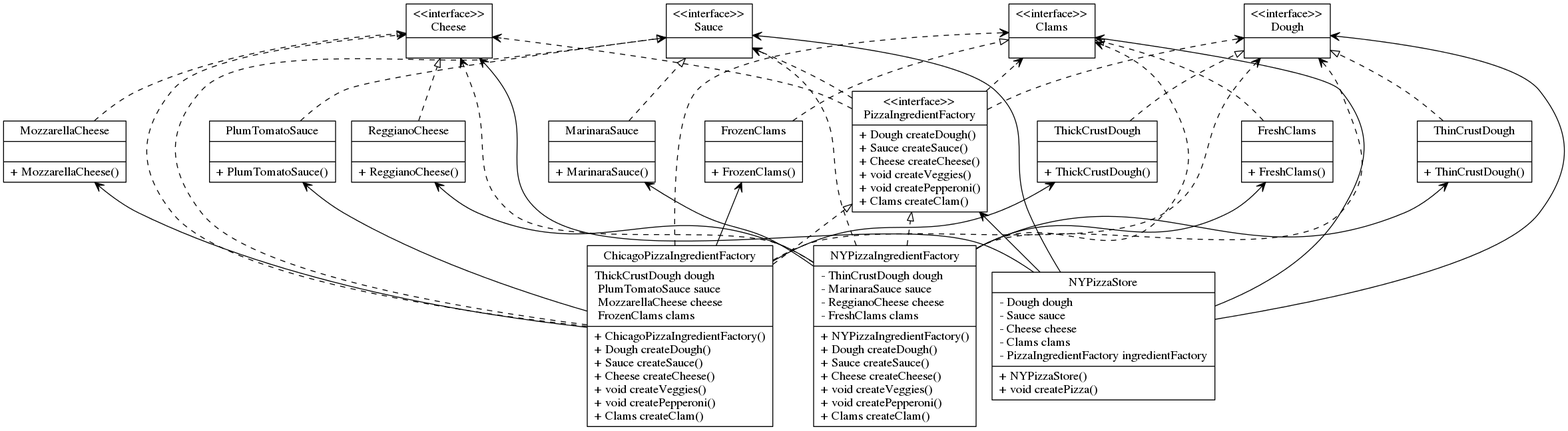
sullivan-p/DesignParser keeps this Graphviz diagram as docs/AbstractPizzaFactoryGeneratedUML.png. Above is the earlier version. Its source is kept beside it as docs/AbstractPizzaFactoryGeneratedUML.dot. The source it was exported from:
```dot
digraph AbstractPizzaFactory{
rankdir=BT;
ChicagoPizzaIngredientFactory [
shape = "record",
label = "{ChicagoPizzaIngredientFactory| ThickCrustDough dough\l PlumTomatoSauce sauce\l MozzarellaCheese cheese\l FrozenClams clams\l|+ ChicagoPizzaIngredientFactory()\l+ Dough createDough()\l+ Sauce createSauce()\l+ Cheese createCheese()\l+ void createVeggies()\l+ void createPepperoni()\l+ Clams createClam()\l}"
];
FreshClams [
shape = "record",
label = "{FreshClams||+ FreshClams()\l}"
];
FrozenClams [
shape = "record",
label = "{FrozenClams||+ FrozenClams()\l}"
];
MarinaraSauce [
shape = "record",
label = "{MarinaraSauce||+ MarinaraSauce()\l}"
];
MozzarellaCheese [
shape = "record",
label = "{MozzarellaCheese||+ MozzarellaCheese()\l}"
];
NYPizzaIngredientFactory [
shape = "record",
label = "{NYPizzaIngredientFactory|- ThinCrustDough dough\l- MarinaraSauce sauce\l- ReggianoCheese cheese\l- FreshClams clams\l|+ NYPizzaIngredientFactory()\l+ Dough createDough()\l+ Sauce createSauce()\l+ Cheese createCheese()\l+ void createVeggies()\l+ void createPepperoni()\l+ Clams createClam()\l}"
];
NYPizzaStore [
shape = "record",
label = "{NYPizzaStore|- Dough dough\l- Sauce sauce\l- Cheese cheese\l- Clams clams\l- PizzaIngredientFactory ingredientFactory\l|+ NYPizzaStore()\l+ void createPizza()\l}"
];
PlumTomatoSauce [
shape = "record",
label = "{PlumTomatoSauce||+ PlumTomatoSauce()\l}"
];
ReggianoCheese [
shape = "record",
label = "{ReggianoCheese||+ ReggianoCheese()\l}"
];
ThickCrustDough [
shape = "record",
label = "{ThickCrustDough||+ ThickCrustDough()\l}"
];
ThinCrustDough [
shape = "record",
label = "{ThinCrustDough||+ ThinCrustDough()\l}"
];
Cheese [
shape = "record",
label = "{\<\<interface\>\>\nCheese|}"
];
PizzaIngredientFactory [
shape = "record",
label = "{\<\<interface\>\>\nPizzaIngredientFactory|+ Dough createDough()\l+ Sauce createSauce()\l+ Cheese createCheese()\l+ void createVeggies()\l+ void createPepperoni()\l+ Clams createClam()\l}"
];
Clams [
shape = "record",
label = "{\<\<interface\>\>\nClams|}"
];
Dough [
shape = "record",
label = "{\<\<interface\>\>\nDough|}"
];
Sauce [
shape = "record",
label = "{\<\<interface\>\>\nSauce|}"
];
ChicagoPizzaIngredientFactory -> PizzaIngredientFactory [arrowhead="onormal", style="dashed"];
FreshClams -> Clams [arrowhead="onormal", style="dashed"];
FrozenClams -> Clams [arrowhead="onormal", style="dashed"];
MarinaraSauce -> Sauce [arrowhead="onormal", style="dashed"];
MozzarellaCheese -> Cheese [arrowhead="onormal", style="dashed"];
NYPizzaIngredientFactory -> PizzaIngredientFactory [arrowhead="onormal", style="dashed"];
PlumTomatoSauce -> Sauce [arrowhead="onormal", style="dashed"];
ReggianoCheese -> Cheese [arrowhead="onormal", style="dashed"];
ThickCrustDough -> Dough [arrowhead="onormal", style="dashed"];
ThinCrustDough -> Dough [arrowhead="onormal", style="dashed"];
ChicagoPizzaIngredientFactory -> PlumTomatoSauce [arrowhead="vee", style="solid"];
ChicagoPizzaIngredientFactory -> MozzarellaCheese [arrowhead="vee", style="solid"];
ChicagoPizzaIngredientFactory -> FrozenClams [arrowhead="vee", style="solid"];
ChicagoPizzaIngredientFactory -> ThickCrustDough [arrowhead="vee", style="solid"];
ChicagoPizzaIngredientFactory -> Sauce [arrowhead="vee", style="dashed"];
ChicagoPizzaIngredientFactory -> Dough [arrowhead="vee", style="dashed"];
ChicagoPizzaIngredientFactory -> Cheese [arrowhead="vee", style="dashed"];
ChicagoPizzaIngredientFactory -> Clams [arrowhead="vee", style="dashed"];
NYPizzaIngredientFactory -> ThinCrustDough [arrowhead="vee", style="solid"];
NYPizzaIngredientFactory -> MarinaraSauce [arrowhead="vee", style="solid"];
NYPizzaIngredientFactory -> ReggianoCheese [arrowhead="vee", style="solid"];
NYPizzaIngredientFactory -> FreshClams [arrowhead="vee", style="solid"];
NYPizzaIngredientFactory -> Sauce [arrowhead="vee", style="dashed"];
NYPizzaIngredientFactory -> Dough [arrowhead="vee", style="dashed"];
NYPizzaIngredientFactory -> Cheese [arrowhead="vee", style="dashed"];
NYPizzaIngredientFactory -> Clams [arrowhead="vee", style="dashed"];
NYPizzaStore -> Sauce [arrowhead="vee", style="solid"];
NYPizzaStore -> Dough [arrowhead="vee", style="solid"];
NYPizzaStore -> Cheese [arrowhead="vee", style="solid"];
NYPizzaStore -> PizzaIngredientFactory [arrowhead="vee", style="solid"];
NYPizzaStore -> Clams [arrowhead="vee", style="solid"];
PizzaIngredientFactory -> Sauce [arrowhead="vee", style="dashed"];
PizzaIngredientFactory -> Dough [arrowhead="vee", style="dashed"];
PizzaIngredientFactory -> Cheese [arrowhead="vee", style="dashed"];
PizzaIngredientFactory -> Clams [arrowhead="vee", style="dashed"];
}
```
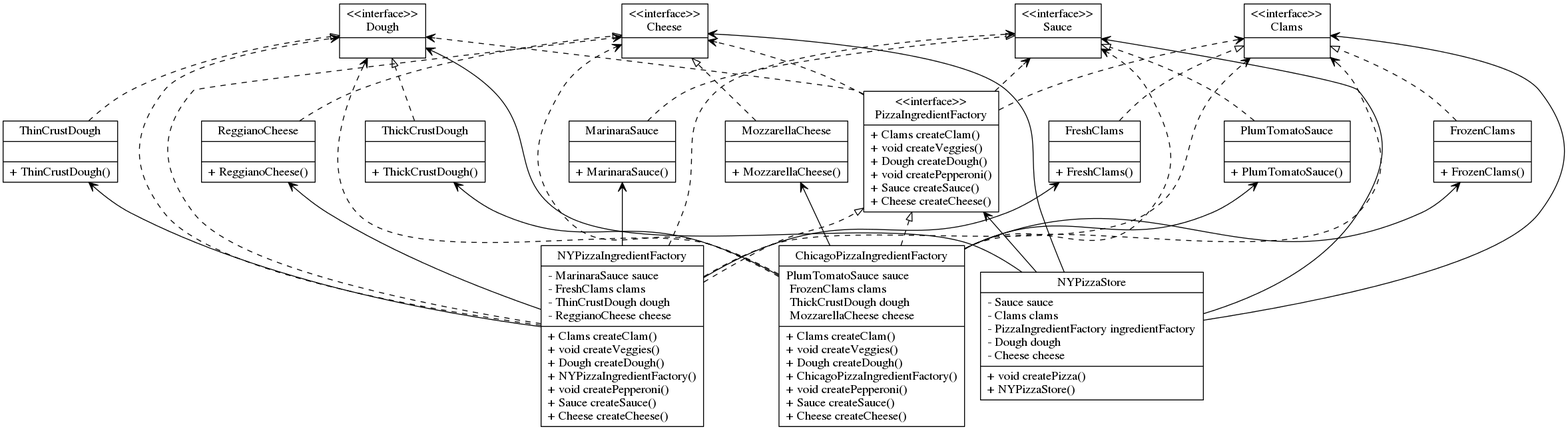
The same file after the commit.

What changed in the source:
```diff
@@ -1,48 +1,8 @@
 digraph AbstractPizzaFactory{
 rankdir=BT;
-ChicagoPizzaIngredientFactory [
-shape = "record",
-label = "{ChicagoPizzaIngredientFactory| ThickCrustDough dough\l PlumTomatoSauce sauce\l MozzarellaCheese cheese\l FrozenClams clams\l|+ ChicagoPizzaIngredientFactory()\l+ Dough createDough()\l+ Sauce createSauce()\l+ Cheese createCheese()\l+ void createVeggies()\l+ void createPepperoni()\l+ Clams createClam()\l}"
-];
-FreshClams [
-shape = "record",
-label = "{FreshClams||+ FreshClams()\l}"
-];
-FrozenClams [
-shape = "record",
-label = "{FrozenClams||+ FrozenClams()\l}"
-];
 MarinaraSauce [
 shape = "record",
 label = "{MarinaraSauce||+ MarinaraSauce()\l}"
-];
-MozzarellaCheese [
-shape = "record",
-label = "{MozzarellaCheese||+ MozzarellaCheese()\l}"
-];
-NYPizzaIngredientFactory [
-shape = "record",
-label = "{NYPizzaIngredientFactory|- ThinCrustDough dough\l- MarinaraSauce sauce\l- ReggianoCheese cheese\l- FreshClams clams\l|+ NYPizzaIngredientFactory()\l+ Dough createDough()\l+ Sauce createSauce()\l+ Cheese createCheese()\l+ void createVeggies()\l+ void createPepperoni()\l+ Clams createClam()\l}"
-];
-NYPizzaStore [
-shape = "record",
-label = "{NYPizzaStore|- Dough dough\l- Sauce sauce\l- Cheese cheese\l- Clams clams\l- PizzaIngredientFactory ingredientFactory\l|+ NYPizzaStore()\l+ void createPizza()\l}"
-];
-PlumTomatoSauce [
-shape = "record",
-label = "{PlumTomatoSauce||+ PlumTomatoSauce()\l}"
-];
-ReggianoCheese [
-shape = "record",
-label = "{ReggianoCheese||+ ReggianoCheese()\l}"
-];
-ThickCrustDough [
-shape = "record",
-label = "{ThickCrustDough||+ ThickCrustDough()\l}"
-];
-ThinCrustDough [
-shape = "record",
-label = "{ThinCrustDough||+ ThinCrustDough()\l}"
 ];
 Cheese [
 shape = "record",
@@ -50,53 +10,93 @@
 ];
 PizzaIngredientFactory [
 shape = "record",
-label = "{\<\<interface\>\>\nPizzaIngredientFactory|+ Dough createDough()\l+ Sauce createSauce()\l+ Cheese createCheese()\l+ void createVeggies()\l+ void createPepperoni()\l+ Clams createClam()\l}"
+label = "{\<\<interface\>\>\nPizzaIngredientFactory|+ Clams createClam()\l+ void createVeggies()\l+ Dough createDough()\l+ void createPepperoni()\l+ Sauce createSauce()\l+ Cheese createCheese()\l}"
+];
+ThickCrustDough [
+shape = "record",
+label = "{ThickCrustDough||+ ThickCrustDough()\l}"
+];
+NYPizzaIngredientFactory [
+shape = "record",
+label = "{NYPizzaIngredientFactory|- MarinaraSauce sauce\l- FreshClams clams\l- ThinCrustDough dough\l- ReggianoCheese cheese\l|+ Clams createClam()\l+ void createVeggies()\l+ Dough createDough()\l+ NYPizzaIngredientFactory()\l+ void createPepperoni()\l+ Sauce createSauce()\l+ Cheese createCheese()\l}"
+];
+PlumTomatoSauce [
+shape = "record",
+label = "{PlumTomatoSauce||+ PlumTomatoSauce()\l}"
+];
+ThinCrustDough [
+shape = "record",
+label = "{ThinCrustDough||+ ThinCrustDough()\l}"
+];
+ChicagoPizzaIngredientFactory [
+shape = "record",
+label = "{ChicagoPizzaIngredientFactory| PlumTomatoSauce sauce\l FrozenClams clams\l ThickCrustDough dough\l MozzarellaCheese cheese\l|+ Clams createClam()\l+ void createVeggies()\l+ Dough createDough()\l+ ChicagoPizzaIngredientFactory()\l+ void createPepperoni()\l+ Sauce createSauce()\l+ Cheese createCheese()\l}"
+];
+Sauce [
+shape = "record",
+label = "{\<\<interface\>\>\nSauce|}"
+];
+MozzarellaCheese [
+shape = "record",
+label = "{MozzarellaCheese||+ MozzarellaCheese()\l}"
+];
+Dough [
+shape = "record",
+label = "{\<\<interface\>\>\nDough|}"
+];
+NYPizzaStore [
+shape = "record",
+label = "{NYPizzaStore|- Sauce sauce\l- Clams clams\l- PizzaIngredientFactory ingredientFactory\l- Dough dough\l- Cheese cheese\l|+ void createPizza()\l+ NYPizzaStore()\l}"
+];
+ReggianoCheese [
+shape = "record",
+label = "{ReggianoCheese||+ ReggianoCheese()\l}"
+];
+FrozenClams [
+shape = "record",
+label = "{FrozenClams||+ FrozenClams()\l}"
 ];
 Clams [
 shape = "record",
 label = "{\<\<interface\>\>\nClams|}"
 ];
-Dough [
+FreshClams [
 shape = "record",
-label = "{\<\<interface\>\>\nDough|}"
+label = "{FreshClams||+ FreshClams()\l}"
 ];
-Sauce [
-shape = "record",
-label = "{\<\<interface\>\>\nSauce|}"
-];
+PlumTomatoSauce -> Sauce [arrowhead="onormal", style="dashed"];
+NYPizzaIngredientFactory -> PizzaIngredientFactory [arrowhead="onormal", style="dashed"];
+ThinCrustDough -> Dough [arrowhead="onormal", style="dashed"];
 ChicagoPizzaIngredientFactory -> PizzaIngredientFactory [arrowhead="onormal", style="dashed"];
+ThickCrustDough -> Dough [arrowhead="onormal", style="dashed"];
+FrozenClams -> Clams [arrowhead="onormal", style="dashed"];
+MozzarellaCheese -> Cheese [arrowhead="onormal", style="dashed"];
 FreshClams -> Clams [arrowhead="onormal", style="dashed"];
-FrozenClams -> Clams [arrowhead="onormal", style="dashed"];
 MarinaraSauce -> Sauce [arrowhead="onormal", style="dashed"];
-MozzarellaCheese -> Cheese [arrowhead="onormal", style="dashed"];
-NYPizzaIngredientFactory -> PizzaIngredientFactory [arrowhead="onormal", style="dashed"];
-PlumTomatoSauce -> Sauce [arrowhead="onormal", style="dashed"];
 ReggianoCheese -> Cheese [arrowhead="onormal", style="dashed"];
-ThickCrustDough -> Dough [arrowhead="onormal", style="dashed"];
-ThinCrustDough -> Dough [arrowhead="onormal", style="dashed"];
+ChicagoPizzaIngredientFactory -> MozzarellaCheese [arrowhead="vee", style="solid"];
+ChicagoPizzaIngredientFactory -> Dough [arrowhead="vee", style="dashed"];
+ChicagoPizzaIngredientFactory -> Sauce [arrowhead="vee", style="dashed"];
+NYPizzaIngredientFactory -> MarinaraSauce [arrowhead="vee", style="solid"];
+PizzaIngredientFactory -> Sauce [arrowhead="vee", style="dashed"];
+NYPizzaIngredientFactory -> FreshClams [arrowhead="vee", style="solid"];
+NYPizzaIngredientFactory -> Clams [arrowhead="vee", style="dashed"];
+ChicagoPizzaIngredientFactory -> Cheese [arrowhead="vee", style="dashed"];
+NYPizzaIngredientFactory -> Dough [arrowhead="vee", style="dashed"];
+NYPizzaStore -> Sauce [arrowhead="vee", style="solid"];
+ChicagoPizzaIngredientFactory -> FrozenClams [arrowhead="vee", style="solid"];
+NYPizzaIngredientFactory -> ThinCrustDough [arrowhead="vee", style="solid"];
+NYPizzaIngredientFactory -> Cheese [arrowhead="vee", style="dashed"];
+NYPizzaStore -> PizzaIngredientFactory [arrowhead="vee", style="solid"];
+ChicagoPizzaIngredientFactory -> Clams [arrowhead="vee", style="dashed"];
+NYPizzaStore -> Cheese [arrowhead="vee", style="solid"];
+NYPizzaStore -> Clams [arrowhead="vee", style="solid"];
+NYPizzaStore -> Dough [arrowhead="vee", style="solid"];
+PizzaIngredientFactory -> Dough [arrowhead="vee", style="dashed"];
 ChicagoPizzaIngredientFactory -> PlumTomatoSauce [arrowhead="vee", style="solid"];
-ChicagoPizzaIngredientFactory -> MozzarellaCheese [arrowhead="vee", style="solid"];
-ChicagoPizzaIngredientFactory -> FrozenClams [arrowhead="vee", style="solid"];
+PizzaIngredientFactory -> Cheese [arrowhead="vee", style="dashed"];
 ChicagoPizzaIngredientFactory -> ThickCrustDough [arrowhead="vee", style="solid"];
-ChicagoPizzaIngredientFactory -> Sauce [arrowhead="vee", style="dashed"];
-ChicagoPizzaIngredientFactory -> Dough [arrowhead="vee", style="dashed"];
-ChicagoPizzaIngredientFactory -> Cheese [arrowhead="vee", style="dashed"];
-ChicagoPizzaIngredientFactory -> Clams [arrowhead="vee", style="dashed"];
-NYPizzaIngredientFactory -> ThinCrustDough [arrowhead="vee", style="solid"];
-NYPizzaIngredientFactory -> MarinaraSauce [arrowhead="vee", style="solid"];
+NYPizzaIngredientFactory -> Sauce [arrowhead="vee", style="dashed"];
+PizzaIngredientFactory -> Clams [arrowhead="vee", style="dashed"];
 NYPizzaIngredientFactory -> ReggianoCheese [arrowhead="vee", style="solid"];
-NYPizzaIngredientFactory -> FreshClams [arrowhead="vee", style="solid"];
-NYPizzaIngredientFactory -> Sauce [arrowhead="vee", style="dashed"];
-NYPizzaIngredientFactory -> Dough [arrowhead="vee", style="dashed"];
-NYPizzaIngredientFactory -> Cheese [arrowhead="vee", style="dashed"];
-NYPizzaIngredientFactory -> Clams [arrowhead="vee", style="dashed"];
-NYPizzaStore -> Sauce [arrowhead="vee", style="solid"];
-NYPizzaStore -> Dough [arrowhead="vee", style="solid"];
-NYPizzaStore -> Cheese [arrowhead="vee", style="solid"];
-NYPizzaStore -> PizzaIngredientFactory [arrowhead="vee", style="solid"];
-NYPizzaStore -> Clams [arrowhead="vee", style="solid"];
-PizzaIngredientFactory -> Sauce [arrowhead="vee", style="dashed"];
-PizzaIngredientFactory -> Dough [arrowhead="vee", style="dashed"];
-PizzaIngredientFactory -> Cheese [arrowhead="vee", style="dashed"];
-PizzaIngredientFactory -> Clams [arrowhead="vee", style="dashed"];
 }
```
